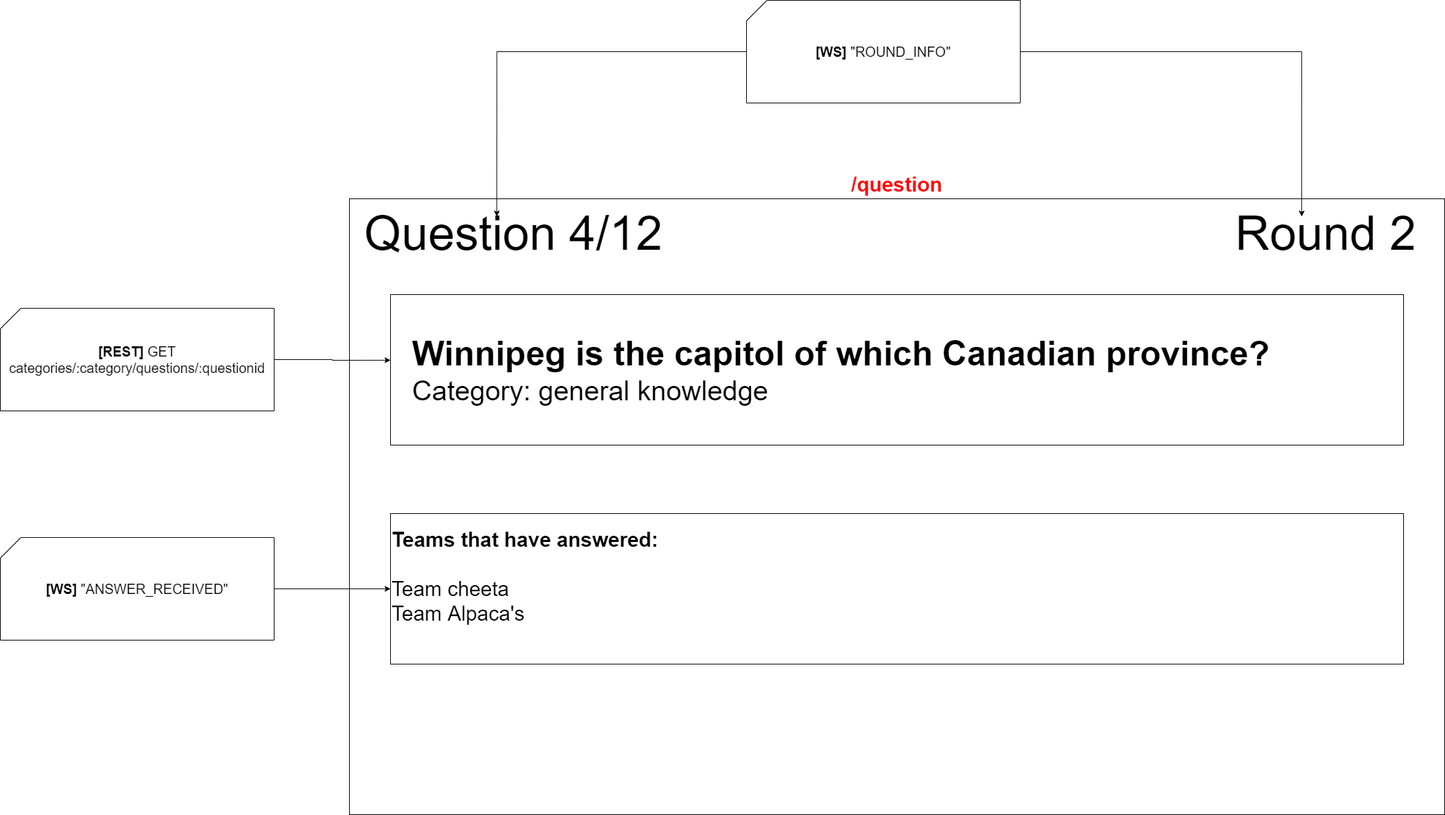
IkBenDeSjaak/Quizzer keeps this draw.io diagram as docs/wireframes-with-interactions/scoreboard-question.png. Above is the earlier version. Source tidied: cells renumbered, new cells last; positions are measured from the earlier drawing's top-left corner, leaving out a move shared by most shapes. The source it was exported from:
```xml
<mxGraphModel>
  <root>
    <mxCell id="0" />
    <mxCell id="1" parent="0" />
    <mxCell id="2" value="/question" style="rounded=0;whiteSpace=wrap;html=1;fontStyle=1;fontSize=30;labelPosition=center;verticalLabelPosition=top;align=center;verticalAlign=bottom;fontColor=#FF0000;" parent="1" vertex="1">
      <mxGeometry x="510" y="290" width="1600" height="900" as="geometry" />
    </mxCell>
    <mxCell id="3" value="&lt;font style=&quot;font-size: 70px&quot;&gt;Question 4/12&lt;/font&gt;" style="text;html=1;align=left;verticalAlign=middle;points=[];" parent="1" vertex="1">
      <mxGeometry x="530" y="320" width="450" height="40" as="geometry" />
    </mxCell>
    <mxCell id="4" style="rounded=0;whiteSpace=wrap;html=1;" parent="1" vertex="1">
      <mxGeometry x="570" y="430" width="1480" height="220" as="geometry" />
    </mxCell>
    <mxCell id="5" value="&lt;font&gt;&lt;b style=&quot;font-size: 50px&quot;&gt;Winnipeg is the capitol of which Canadian province?&lt;/b&gt;&lt;br&gt;&lt;font style=&quot;font-size: 40px&quot;&gt;Category: general knowledge&lt;/font&gt;&lt;br&gt;&lt;/font&gt;" style="text;html=1;strokeColor=none;fillColor=none;align=left;verticalAlign=middle;whiteSpace=wrap;rounded=0;" parent="1" vertex="1">
      <mxGeometry x="600" y="430" width="1400" height="220" as="geometry" />
    </mxCell>
    <mxCell id="6" value="&lt;font style=&quot;font-size: 30px&quot;&gt;&lt;b&gt;Teams that have answered:&lt;/b&gt;&lt;br&gt;&lt;br&gt;Team cheeta&lt;br&gt;Team Alpaca's&lt;br&gt;&lt;br&gt;&lt;/font&gt;" style="rounded=0;whiteSpace=wrap;html=1;align=left;" parent="1" vertex="1">
      <mxGeometry x="570" y="750" width="1480" height="220" as="geometry" />
    </mxCell>
    <mxCell id="7" style="edgeStyle=orthogonalEdgeStyle;rounded=0;jettySize=auto;html=1;entryX=0;entryY=0.436;entryDx=0;entryDy=0;entryPerimeter=0;fontSize=20;" parent="1" edge="1" source="8" target="4">
      <mxGeometry relative="1" as="geometry" />
    </mxCell>
    <mxCell id="8" value="&lt;b&gt;[REST]&lt;/b&gt;&amp;nbsp;GET&lt;br&gt;categories/:category/questions/:questionid" style="shape=card;whiteSpace=wrap;html=1;fontSize=20;" parent="1" vertex="1">
      <mxGeometry y="450" width="400" height="150" as="geometry" />
    </mxCell>
    <mxCell id="9" style="edgeStyle=orthogonalEdgeStyle;rounded=0;jettySize=auto;html=1;fontSize=20;" parent="1" edge="1" source="10" target="6">
      <mxGeometry relative="1" as="geometry" />
    </mxCell>
    <mxCell id="10" value="&lt;b&gt;[WS] &lt;/b&gt;&quot;ANSWER_RECEIVED&quot;" style="shape=card;whiteSpace=wrap;html=1;fontSize=20;" parent="1" vertex="1">
      <mxGeometry y="785" width="400" height="150" as="geometry" />
    </mxCell>
    <mxCell id="11" value="&lt;font style=&quot;font-size: 70px&quot;&gt;Round 2&lt;/font&gt;" style="text;html=1;align=right;verticalAlign=middle;points=[];" parent="1" vertex="1">
      <mxGeometry x="1790" y="320" width="280" height="40" as="geometry" />
    </mxCell>
    <mxCell id="12" style="edgeStyle=orthogonalEdgeStyle;rounded=0;jettySize=auto;html=1;entryX=0.397;entryY=-0.1;entryDx=0;entryDy=0;entryPerimeter=0;" parent="1" edge="1" source="14" target="11">
      <mxGeometry relative="1" as="geometry" />
    </mxCell>
    <mxCell id="13" style="edgeStyle=orthogonalEdgeStyle;rounded=0;jettySize=auto;html=1;entryX=0.434;entryY=-0.1;entryDx=0;entryDy=0;entryPerimeter=0;" parent="1" edge="1" source="14" target="3">
      <mxGeometry relative="1" as="geometry" />
    </mxCell>
    <mxCell id="14" value="&lt;b&gt;[WS] &lt;/b&gt;&quot;ROUND_INFO&quot;" style="shape=card;whiteSpace=wrap;html=1;fontSize=20;" parent="1" vertex="1">
      <mxGeometry x="1090" width="400" height="150" as="geometry" />
    </mxCell>
  </root>
</mxGraphModel>
```
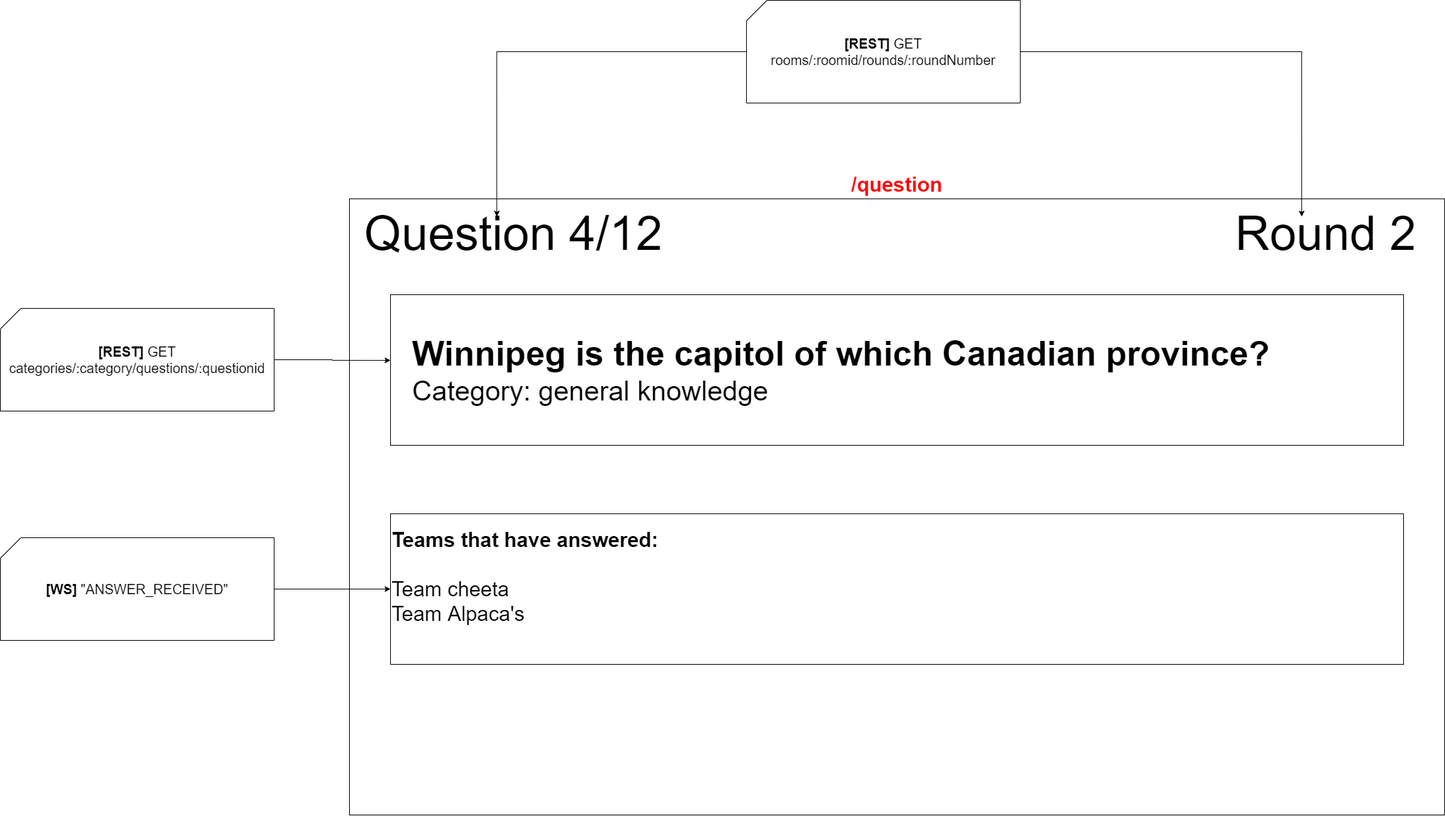
Later version of the same file.

Commit message:
Update WS round_info to REST-api request

The edit, as a diff of the source:
```diff
@@ -38,7 +38,7 @@
     <mxCell id="13" style="edgeStyle=orthogonalEdgeStyle;rounded=0;jettySize=auto;html=1;entryX=0.434;entryY=-0.1;entryDx=0;entryDy=0;entryPerimeter=0;" parent="1" edge="1" source="14" target="3">
       <mxGeometry relative="1" as="geometry" />
     </mxCell>
-    <mxCell id="14" value="&lt;b&gt;[WS] &lt;/b&gt;&quot;ROUND_INFO&quot;" style="shape=card;whiteSpace=wrap;html=1;fontSize=20;" parent="1" vertex="1">
+    <mxCell id="14" value="&lt;div&gt;&lt;b&gt;[REST] &lt;/b&gt;GET&lt;/div&gt;&lt;div&gt;rooms/:roomid/rounds/:roundNumber&lt;/div&gt;" style="shape=card;whiteSpace=wrap;html=1;fontSize=20;" parent="1" vertex="1">
       <mxGeometry x="1090" width="400" height="150" as="geometry" />
     </mxCell>
   </root>
```
